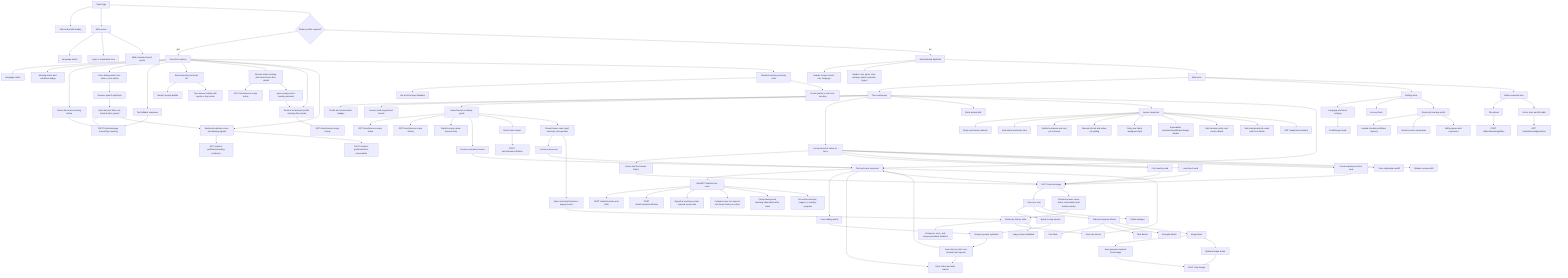
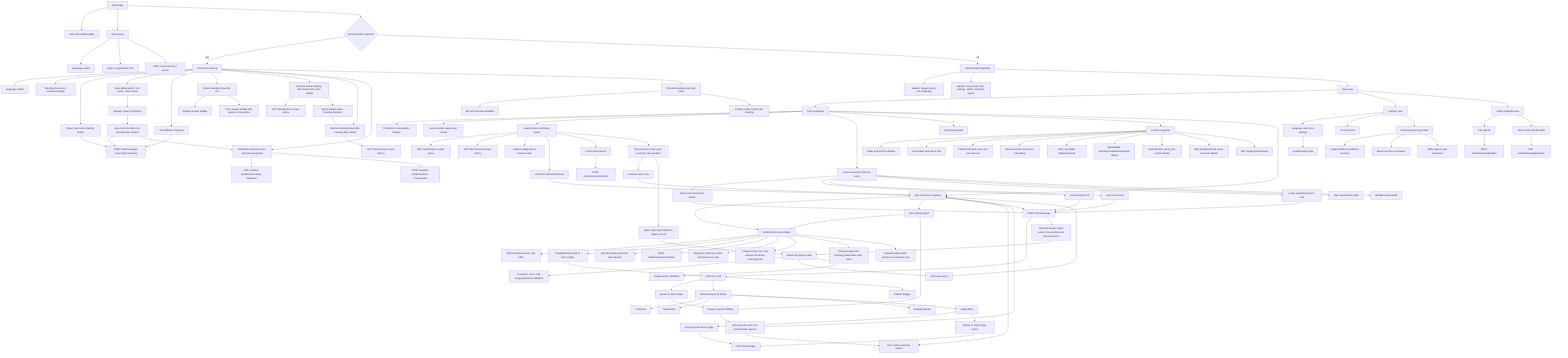
flowchart TB
  App[React App] --> Loading[Auth and profile loading]
  App --> Auth[Auth screen]
  Auth --> AuthLang[Language switch]
  Auth --> AuthForm[Login or registration form]
  Auth --> AuthVisual[Math visual and proof points]

  App --> FirstMeeting{Student profile required?}
  FirstMeeting -->|yes| Meeting[Voice-first meeting]
  Meeting --> MeetingLang[Language switch]
  Meeting --> MeetingStatus[Meeting status and readiness badge]
  Meeting --> VoiceStart[Green start voice meeting button]
  Meeting --> MeetingVoice[Voice dialog switch, mic action, voice status]
  MeetingVoice --> MeetingSpeech[Browser speech synthesis]
  MeetingSpeech --> MeetingAutoMic[Auto-start mic after non-terminal tutor speech]
  Meeting --> TextFallback[Text fallback composer]
  Meeting --> MeetingTranscript[Stored meeting transcript list]
  MeetingTranscript --> StudentBubble[Student prompt bubble]
  MeetingTranscript --> TutorBubble[Tutor answer bubble with speak or stop action]
  Meeting --> MeetingHydration[Restore active meeting with stored turns after reload]
  MeetingHydration --> ActiveMeetingApi[GET /tutor/lessons scope active]
  MeetingHydration --> EmptyActiveMeeting[Ignore empty active meeting sessions]
  EmptyActiveMeeting --> TerminalMeetingHydration
  Meeting --> TerminalMeetingHydration[Restore terminal pre-profile meeting after reload]
  TerminalMeetingHydration --> HistoricalMeetingApi[GET /tutor/lessons scope history]
  Meeting --> MeetingReadiness[Backend readiness score and missing signals]
  MeetingReadiness --> MeetingReadinessApi[GET /student-profile/me/meeting-readiness]
  Meeting --> TerminalMeeting[Terminal meeting read-only state]
  TerminalMeeting --> DisabledMeetingInput[Mic and text input disabled]
  TerminalMeeting --> ProfileOrRestart[Create profile or start new meeting]
  VoiceStart --> MeetingTutorApi[POST /tutor/message lessonType meeting]
  TextFallback --> MeetingTutorApi
  MeetingAutoMic --> MeetingTutorApi
  MeetingAutoMic --> MeetingReadiness
  MeetingReadiness --> ProfileApi[POST /student-profile/me/from-conversation]

  FirstMeeting -->|no| Shell[Authenticated AppShell]
  Shell --> Header[Header: burger, brand, role, language]
  Shell --> Navbar[Navbar: user panel, tutor, settings, admin materials, logout]
  Shell --> Main[Main view]

  Main --> Tutor[Tutor workspace]
  Tutor --> TutorStatus[Profile and conversation badges]
  Tutor --> LessonMode[Lesson mode segmented control]
  Tutor --> LessonHistory[Saved lesson continuity panel]
  LessonHistory --> ActiveHistoryApi[GET /tutor/lessons scope active]
  LessonHistory --> ArchivedHistoryApi[GET /tutor/lessons scope history]
  LessonHistory --> EmptyHistory[Explicit empty saved-lessons state]
  LessonHistory --> ResumeLatest[Continue unfinished lesson]
  LessonHistory --> FinishLesson[Finish active lesson]
  FinishLesson --> FinishApi[POST /tutor/lessons/:id/finish]
  LessonHistory --> HistoryRows[Recent lesson rows: goal, summary, last question]
  HistoryRows --> ContinueActive[Continue active row]
  HistoryRows --> OpenRecord[Open read-only finished or legacy record]
  ResumeLatest --> Composer
  ContinueActive --> Composer
  OpenRecord --> ReadOnlyState[Read-only history state]
  ReadOnlyState --> DisabledComposer[Composer, voice, and image generation disabled]
  ReadOnlyState --> NewLessonFromHistory[Start new lesson]
  NewLessonFromHistory --> Composer
  Tutor --> LessonLauncher[Lesson launcher when no turns]
  LessonLauncher --> StartFirst[Green start first lesson button]
  LessonLauncher --> MeetingCard[First meeting card]
  LessonLauncher --> DiagnosticCard[Level check card]
  LessonLauncher --> PracticeCard[Linear equation practice card]
  LessonLauncher --> TopicCard[Topic explanation prefill]
  LessonLauncher --> MistakeCard[Mistake review prefill]
  StartFirst --> TutorApi[POST /tutor/message]
  MeetingCard --> TutorApi
  DiagnosticCard --> TutorApi
  PracticeCard --> TutorApi
  Tutor --> QuickPrompts[Quick prompt pills]
  Tutor --> UsageBar[Lesson usage bar]
  UsageBar --> UsageSummary[Today and lesson estimate]
  UsageBar --> GoalStatus[Goal status and active time]
  UsageBar --> VerifiedOutcome[Verified outcomes and cost per outcome]
  UsageBar --> UsageRefresh[Manual refresh and active-job polling]
  UsageBar --> BackgroundRetry[Retry one failed background job]
  UsageBar --> UsageDetails[Expandable operation/model/token/image details]
  UsageBar --> DecisionDetails[Safe decision policy and verifier details]
  UsageBar --> BackgroundJobDetails[Safe background job result and error details]
  UsageBar --> UsageApi[GET /usage/me/summary]
  Tutor --> Composer[Text and voice composer]
-   Composer --> RealtimeVoice[WebRTC Realtime live voice]
+   Composer --> RealtimeVoice[Realtime-first voice dialog]
  RealtimeVoice --> WebRtcApi[POST /webrtc/session and /offer]
+   RealtimeVoice --> RealtimeTranscript[Completed transcript to tutor engine]
+   RealtimeTranscript --> TurnCard
+   RealtimeVoice --> OpenAISpeech[OpenAI speaks governed tutor answer]
  RealtimeVoice --> RealtimeClose[POST /webrtc/session/:id/close]
  RealtimeVoice --> RealtimeContext[Signed-in teaching context injected server-side]
-   RealtimeVoice --> RealtimeSync[Compact voice turn synced into lesson history on close]
+   RealtimeVoice --> RealtimeSync[Compact close turn only without structured transcript turn]
  RealtimeVoice --> RealtimeReview[Cheap background teaching observation after close]
-   RealtimeVoice --> RealtimeLimit[No verifier attempts, images, or mastery progress]
+   RealtimeVoice --> RealtimeLimit[Ungoverned provider events are continuity only]
  Composer --> VoiceOutput[Voice dialog switch]
  Composer --> VoiceStatus[Voice status and stop reason]
-   VoiceOutput --> SpeechSynthesis[Browser speech synthesis]
+   VoiceOutput --> RealtimeVoice
+   VoiceOutput --> SpeechSynthesis[Browser speech fallback]
  SpeechSynthesis --> AutoMic[Auto-start mic after non-terminal tutor speech]
  AutoMic --> VoiceStatus
  AutoMic --> Composer
  Composer --> TutorApi[POST /tutor/message]
  TutorApi --> TurnCard[Tutor turn card]
  TutorApi --> TerminalBoundary[Terminal answer clears active conversation and lesson session]
  TerminalBoundary --> ReadOnlyState
  TurnCard --> SpeakAction[Speak or stop answer]
  SpeakAction --> SpeechSynthesis
  TurnCard --> Blocks[Ordered response blocks]
  Blocks --> Explanation[Text block]
  Blocks --> Tasks[Task blocks]
  Blocks --> Examples[Example blocks]
  Blocks --> ImageBlock[Image block]
  TurnCard --> Citations[Citation badges]
-   ImageBlock --> AutoImage[Auto-generate required fresh image]
-   ImageBlock --> ImageAction[Optional image action]
+   ImageBlock --> AutoImage[Auto-generate fresh image]
+   ImageBlock --> ImageAction[History or retry image action]
  ReadOnlyState --> ImageDisabled[Image actions disabled]
  AutoImage --> ImageApi
  ImageAction --> ImageApi[POST /tutor/image]

  Main --> Settings[Settings view]
  Settings --> Interface[Language and voice settings]
  Settings --> Account[Account facts]
  Settings --> Profile[Read-only learning profile]
  Interface --> LocaleStore[localStorage locale]
  Profile --> ProfileMemory[Loaded /student-profile/me memory]
  Profile --> SessionMemory[Recent session summaries]
  Profile --> SkillMemory[Skill progress and regression]

  Main --> Knowledge[Admin materials view]
  Knowledge --> Upload[File upload]
  Knowledge --> Status[Vector store and file table]
  Upload --> KnowledgeApi[POST /admin/knowledge/files]
  Status --> StatusApi[GET /admin/knowledge/status]
